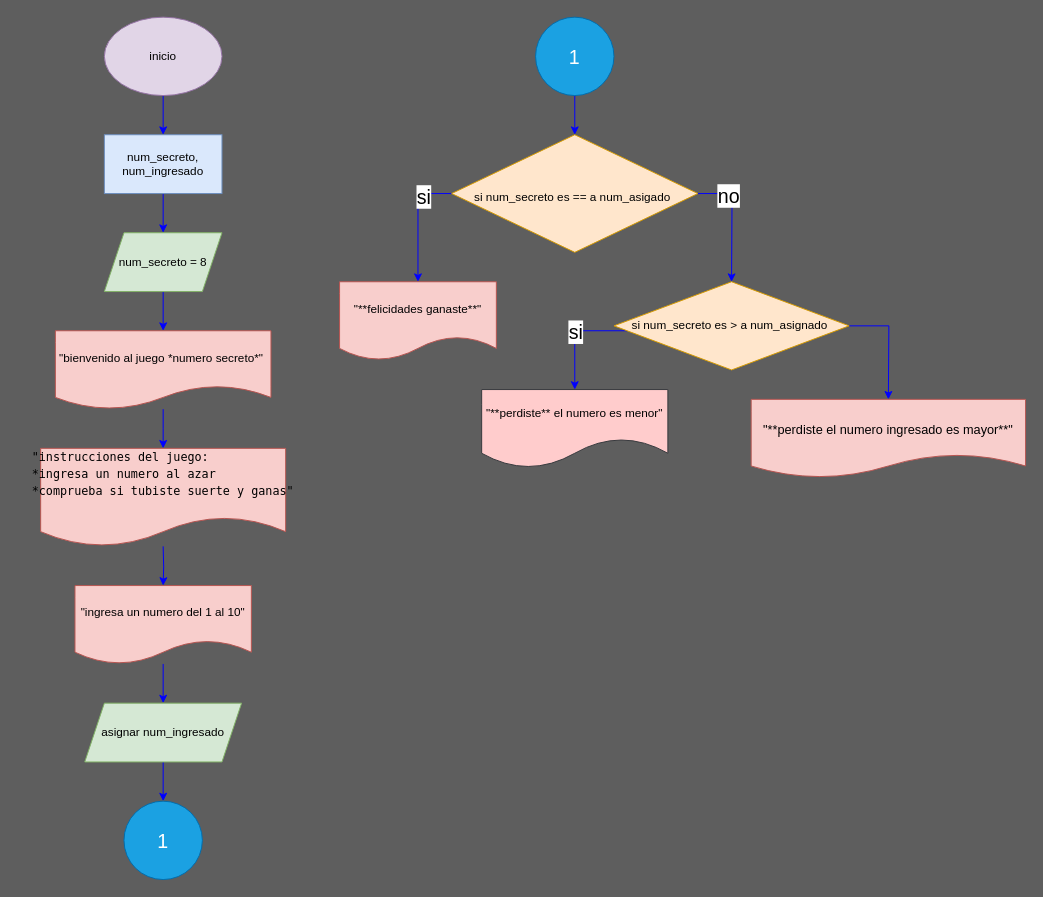
This is proyecto_final1/Diagrama sin título.drawio from CrlsAvi/Pensamiento_computacional, a draw.io file, before an edit. Source tidied: cells renumbered, new cells numbered last; positions are measured from the earlier drawing's top-left corner, leaving out a move shared by most shapes. Both pictures are drawn from the tidied source at 98%, with x=0, y=0 at pixel (40, 17).
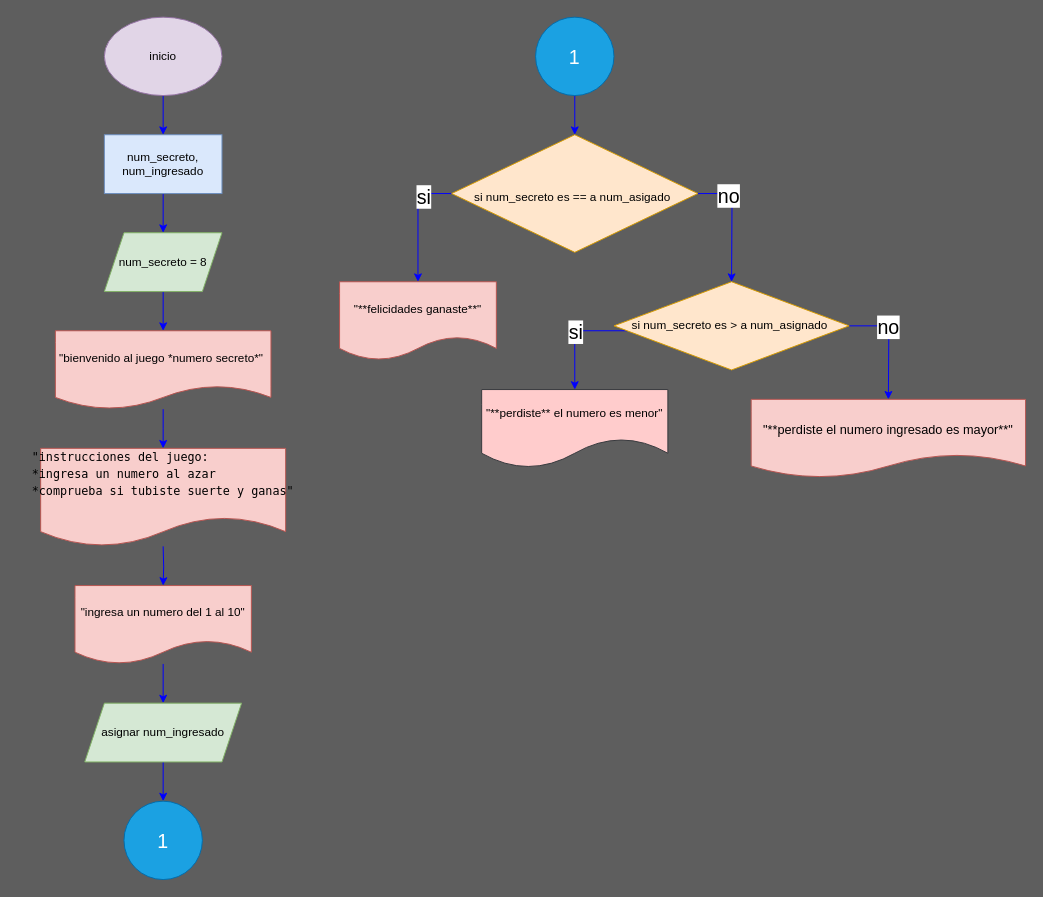
The same diagram, later.

Unchanged cells that the change refers to:
```xml
<mxCell id="27" style="edgeStyle=orthogonalEdgeStyle;rounded=0;jettySize=auto;html=1;fontSize=20;fontColor=#000000;strokeColor=#0000FF;" parent="1" edge="1" source="28">
  <mxGeometry relative="1" as="geometry">
    <mxPoint x="865" y="390" as="targetPoint" />
  </mxGeometry>
</mxCell>
```

What changed in the source:
```diff
@@
+    <mxCell id="31" value="no" style="edgeLabel;html=1;align=center;verticalAlign=middle;fontSize=20;fontColor=none;noLabel=1;" parent="27" vertex="1">
+      <mxGeometry x="-0.34" y="-1" relative="1" as="geometry" />
+    </mxCell>
+    <mxCell id="32" value="no" style="edgeLabel;html=1;align=center;verticalAlign=middle;fontSize=20;fontColor=none;" parent="27" vertex="1">
+      <mxGeometry x="-0.29" y="-1" relative="1" as="geometry" />
+    </mxCell>
```
